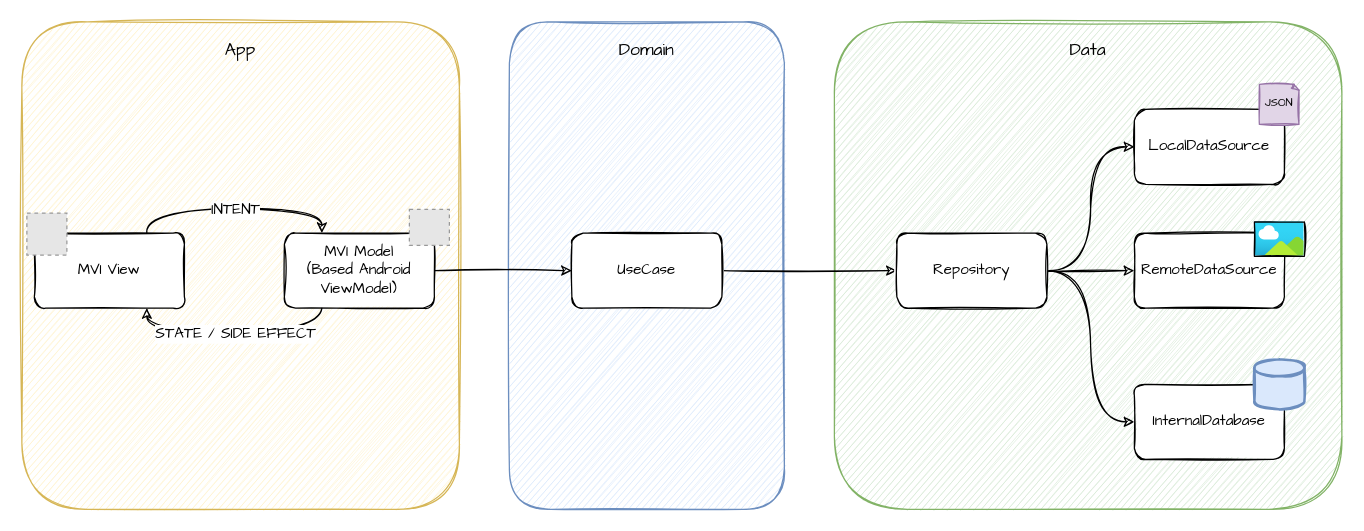
The draw.io diagram page "OVERALL" (1 of 2) of docs/architecture.drawio in kaleidot725/Jetpack-Compose-Orbit-MVI-Demo, before the edit. Source tidied: cells renumbered, new cells numbered last; positions are measured from the earlier drawing's top-left corner, leaving out a move shared by most shapes. Both pictures are drawn from the tidied source at 125%, with x=0, y=0 at pixel (21, 21). Pictures stored in the file or linked from it are replaced by grey dashed boxes.
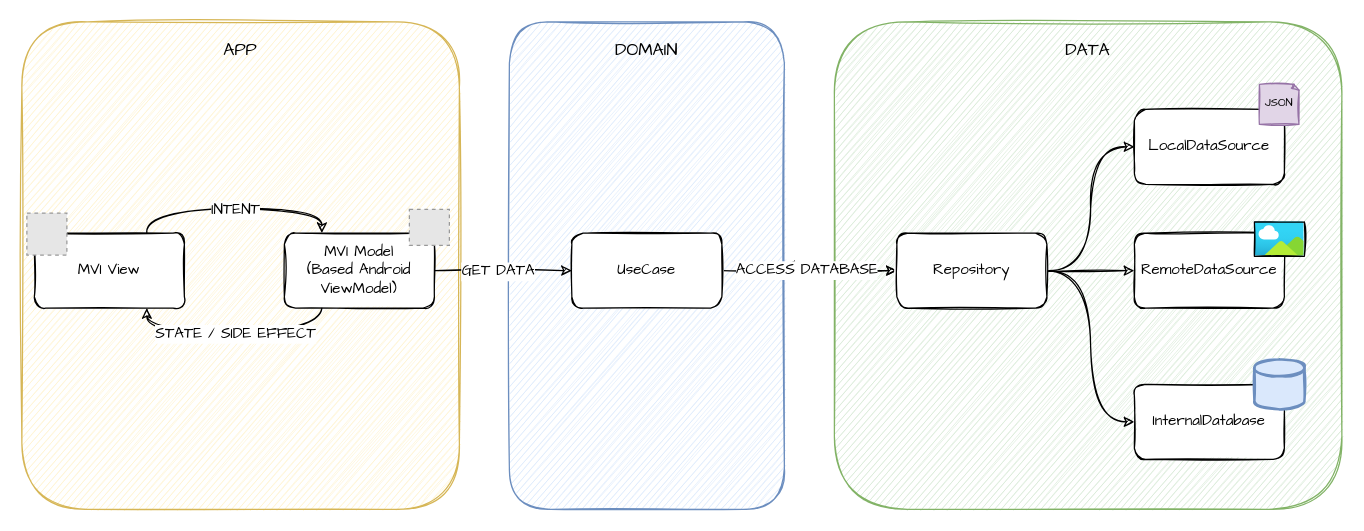
After the change.

Unchanged cells that the change refers to:
```xml
<mxCell id="7" style="edgeStyle=orthogonalEdgeStyle;rounded=0;sketch=1;jettySize=auto;html=1;exitX=1;exitY=0.5;exitDx=0;exitDy=0;entryX=0;entryY=0.5;entryDx=0;entryDy=0;fontSize=9;fontFamily=Comic Sans MS;" parent="1" edge="1" source="8" target="13">
  <mxGeometry relative="1" as="geometry" />
</mxCell>
<mxCell id="12" style="sketch=1;jettySize=auto;html=1;exitX=1;exitY=0.5;exitDx=0;exitDy=0;fontFamily=Comic Sans MS;fontSize=14;" parent="1" edge="1" source="13" target="22">
  <mxGeometry relative="1" as="geometry" />
</mxCell>
<mxCell id="22" value="Repository" style="rounded=1;whiteSpace=wrap;html=1;gradientColor=none;sketch=1;fontFamily=Comic Sans MS;" parent="1" vertex="1">
  <mxGeometry x="700" y="169" width="120" height="60" as="geometry" />
</mxCell>
```

Change to the diagram source:
```diff
@@
-    <mxCell id="2" value="App" style="rounded=1;whiteSpace=wrap;html=1;sketch=1;fontSize=14;horizontal=1;verticalAlign=top;spacingBottom=0;spacingTop=8;fontFamily=Comic Sans MS;fillColor=#fff2cc;strokeColor=#d6b656;" parent="1" vertex="1">
+    <mxCell id="2" value="APP" style="rounded=1;whiteSpace=wrap;html=1;sketch=1;fontSize=14;horizontal=1;verticalAlign=top;spacingBottom=0;spacingTop=8;fontFamily=Comic Sans MS;fillColor=#fff2cc;strokeColor=#d6b656;" parent="1" vertex="1">
       <mxGeometry width="350" height="390" as="geometry" />
     </mxCell>
+    <mxCell id="26" style="edgeStyle=orthogonalEdgeStyle;curved=1;sketch=1;jettySize=auto;html=1;startArrow=classic;startFill=1;" parent="1" edge="1" source="3" target="22">
+      <mxGeometry relative="1" as="geometry" />
+    </mxCell>
-    <mxCell id="3" value="Domain" style="rounded=1;whiteSpace=wrap;html=1;sketch=1;fontSize=14;horizontal=1;verticalAlign=top;spacingBottom=0;spacingTop=8;fontFamily=Comic Sans MS;fillColor=#dae8fc;strokeColor=#6c8ebf;" parent="1" vertex="1">
+    <mxCell id="3" value="DOMAIN" style="rounded=1;whiteSpace=wrap;html=1;sketch=1;fontSize=14;horizontal=1;verticalAlign=top;spacingBottom=0;spacingTop=8;fontFamily=Comic Sans MS;fillColor=#dae8fc;strokeColor=#6c8ebf;" parent="1" vertex="1">
       <mxGeometry x="390" width="220" height="390" as="geometry" />
     </mxCell>
-    <mxCell id="4" value="Data" style="rounded=1;whiteSpace=wrap;html=1;sketch=1;fontSize=14;horizontal=1;verticalAlign=top;spacingBottom=0;spacingTop=8;fontFamily=Comic Sans MS;fillColor=#d5e8d4;strokeColor=#82b366;" parent="1" vertex="1">
+    <mxCell id="4" value="DATA" style="rounded=1;whiteSpace=wrap;html=1;sketch=1;fontSize=14;horizontal=1;verticalAlign=top;spacingBottom=0;spacingTop=8;fontFamily=Comic Sans MS;fillColor=#d5e8d4;strokeColor=#82b366;" parent="1" vertex="1">
       <mxGeometry x="650" width="406" height="390" as="geometry" />
     </mxCell>
@@
+    <mxCell id="27" value="&lt;font face=&quot;Comic Sans MS&quot;&gt;&lt;span style=&quot;font-size: 12px&quot;&gt;GET DATA&lt;/span&gt;&lt;/font&gt;" style="edgeLabel;html=1;align=center;verticalAlign=middle;labelBackgroundColor=default;" parent="7" vertex="1">
+      <mxGeometry x="-0.01" y="4" relative="1" as="geometry">
+        <mxPoint x="-4" y="4" as="offset" />
+      </mxGeometry>
+    </mxCell>
@@
+    <mxCell id="28" style="edgeLabel;html=1;align=center;verticalAlign=middle;" parent="12" vertex="1">
+      <mxGeometry y="-3" relative="1" as="geometry" />
+    </mxCell>
@@
+    <mxCell id="29" value="&lt;font face=&quot;Comic Sans MS&quot;&gt;&lt;span style=&quot;font-size: 12px&quot;&gt;ACCESS DATABASE&lt;/span&gt;&lt;/font&gt;" style="edgeLabel;html=1;align=center;verticalAlign=middle;" parent="1" vertex="1">
+      <mxGeometry x="627" y="198" as="geometry" />
+    </mxCell>
```
